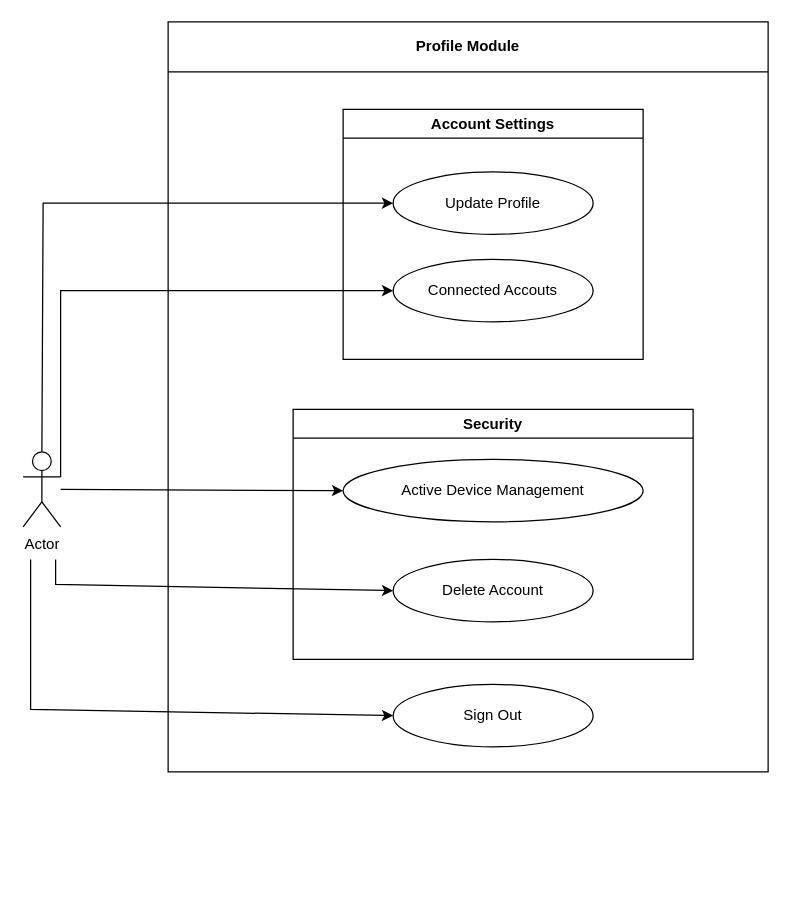
Harshul1484/BMP- keeps this draw.io diagram as Profile Module.drawio. Above is the earlier version. Source tidied: cells renumbered, new cells numbered last; positions are measured from the earlier drawing's top-left corner, leaving out a move shared by most shapes. Both pictures are drawn from the tidied source at 125%, with x=0, y=0 at pixel (22, 21).
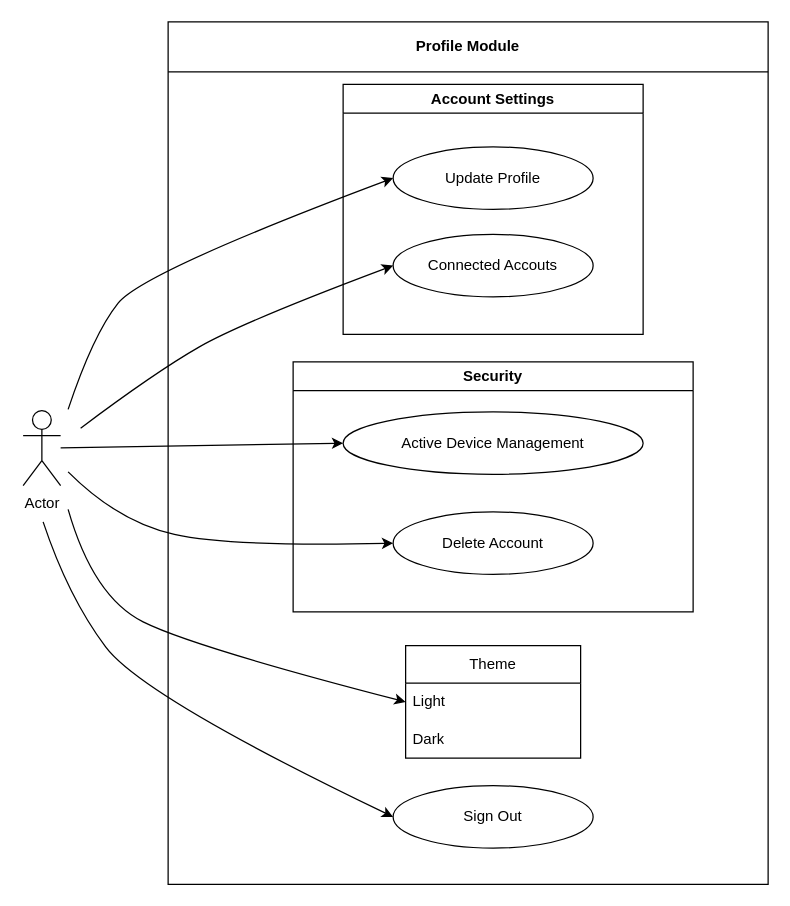
The same page after the edit.

Unchanged cells that the change refers to:
```xml
<mxCell id="4" value="Update Profile" style="ellipse;whiteSpace=wrap;html=1;" parent="3" vertex="1">
  <mxGeometry x="40" y="50" width="160" height="50" as="geometry" />
</mxCell>
<mxCell id="5" value="Connected Accouts" style="ellipse;whiteSpace=wrap;html=1;" parent="3" vertex="1">
  <mxGeometry x="40" y="120" width="160" height="50" as="geometry" />
</mxCell>
<mxCell id="8" value="Delete Account" style="ellipse;whiteSpace=wrap;html=1;" parent="6" vertex="1">
  <mxGeometry x="80" y="120" width="160" height="50" as="geometry" />
</mxCell>
```

Diff of the diagram source:
```diff
@@
     <mxCell id="2" value="Profile Module" style="swimlane;whiteSpace=wrap;html=1;startSize=40;" parent="1" vertex="1">
-      <mxGeometry x="116" width="480" height="600" as="geometry" />
+      <mxGeometry x="116" width="480" height="690" as="geometry" />
     </mxCell>
     <mxCell id="3" value="Account Settings" style="swimlane;whiteSpace=wrap;html=1;" parent="2" vertex="1">
-      <mxGeometry x="140" y="70" width="240" height="200" as="geometry" />
+      <mxGeometry x="140" y="50" width="240" height="200" as="geometry" />
     </mxCell>
@@
     <mxCell id="6" value="Security" style="swimlane;whiteSpace=wrap;html=1;" parent="2" vertex="1">
-      <mxGeometry x="100" y="310" width="320" height="200" as="geometry" />
+      <mxGeometry x="100" y="272" width="320" height="200" as="geometry" />
     </mxCell>
@@
     <mxCell id="9" value="Sign Out" style="ellipse;whiteSpace=wrap;html=1;" parent="2" vertex="1">
-      <mxGeometry x="180" y="530" width="160" height="50" as="geometry" />
+      <mxGeometry x="180" y="611" width="160" height="50" as="geometry" />
     </mxCell>
+    <mxCell id="16" value="Theme" style="swimlane;fontStyle=0;horizontal=1;startSize=30;whiteSpace=wrap;html=1;" parent="2" vertex="1">
+      <mxGeometry x="190" y="499" width="140" height="90" as="geometry" />
+    </mxCell>
+    <mxCell id="17" value="Light" style="text;strokeColor=none;fillColor=none;align=left;verticalAlign=middle;spacingLeft=4;spacingRight=4;overflow=hidden;points=[[0,0.5],[1,0.5]];portConstraint=eastwest;whiteSpace=wrap;html=1;" parent="16" vertex="1">
+      <mxGeometry y="30" width="140" height="30" as="geometry" />
+    </mxCell>
+    <mxCell id="18" value="Dark" style="text;strokeColor=none;fillColor=none;align=left;verticalAlign=middle;spacingLeft=4;spacingRight=4;overflow=hidden;whiteSpace=wrap;html=1;" parent="16" vertex="1">
+      <mxGeometry y="60" width="140" height="30" as="geometry" />
+    </mxCell>
+    <mxCell id="19" style="curved=1;endArrow=classic;html=1;rounded=0;entryX=0;entryY=0.5;entryDx=0;entryDy=0;" parent="2" edge="1" target="5">
+      <mxGeometry relative="1" as="geometry">
+        <mxPoint x="-70" y="325" as="sourcePoint" />
+        <Array as="points">
+          <mxPoint x="-10" y="280" />
+          <mxPoint x="60" y="240" />
+        </Array>
+      </mxGeometry>
+    </mxCell>
+    <mxCell id="20" style="curved=1;endArrow=classic;html=1;rounded=0;entryX=0;entryY=0.5;entryDx=0;entryDy=0;" parent="2" edge="1" target="8">
+      <mxGeometry relative="1" as="geometry">
+        <mxPoint x="-80" y="360" as="sourcePoint" />
+        <Array as="points">
+          <mxPoint x="-40" y="400" />
+          <mxPoint x="50" y="420" />
+        </Array>
+      </mxGeometry>
+    </mxCell>
+    <mxCell id="21" style="curved=1;endArrow=classic;html=1;rounded=0;entryX=0;entryY=0.5;entryDx=0;entryDy=0;" parent="2" edge="1" target="17">
+      <mxGeometry relative="1" as="geometry">
+        <mxPoint x="-80" y="390" as="sourcePoint" />
+        <Array as="points">
+          <mxPoint x="-60" y="460" />
+          <mxPoint x="20" y="500" />
+        </Array>
+      </mxGeometry>
+    </mxCell>
+    <mxCell id="22" style="curved=1;endArrow=classic;html=1;rounded=0;entryX=0;entryY=0.5;entryDx=0;entryDy=0;" parent="2" edge="1" target="9">
+      <mxGeometry relative="1" as="geometry">
+        <mxPoint x="-100" y="400" as="sourcePoint" />
+        <Array as="points">
+          <mxPoint x="-80" y="460" />
+          <mxPoint x="-20" y="540" />
+        </Array>
+      </mxGeometry>
+    </mxCell>
     <mxCell id="10" value="Actor" style="shape=umlActor;verticalLabelPosition=bottom;verticalAlign=top;html=1;outlineConnect=0;" parent="1" vertex="1">
-      <mxGeometry y="344" width="30" height="60" as="geometry" />
+      <mxGeometry y="311" width="30" height="60" as="geometry" />
     </mxCell>
-    <mxCell id="11" style="endArrow=classic;html=1;rounded=0;entryX=0;entryY=0.5;entryDx=0;entryDy=0;exitX=0.5;exitY=0;exitDx=0;exitDy=0;exitPerimeter=0;" parent="1" edge="1" source="10" target="4">
-      <mxGeometry relative="1" as="geometry">
-        <Array as="points">
-          <mxPoint x="16" y="145" />
-        </Array>
-      </mxGeometry>
-    </mxCell>
-    <mxCell id="12" style="endArrow=classic;html=1;rounded=0;exitX=1;exitY=0.3333333333333333;exitDx=0;exitDy=0;exitPerimeter=0;entryX=0;entryY=0.5;entryDx=0;entryDy=0;" parent="1" edge="1" source="10" target="5">
-      <mxGeometry relative="1" as="geometry">
-        <Array as="points">
-          <mxPoint x="30" y="215" />
-        </Array>
-      </mxGeometry>
-    </mxCell>
@@
-    <mxCell id="14" style="endArrow=classic;html=1;rounded=0;entryX=0;entryY=0.5;entryDx=0;entryDy=0;" parent="1" edge="1" target="8">
-      <mxGeometry relative="1" as="geometry">
-        <mxPoint x="26" y="430" as="sourcePoint" />
-        <Array as="points">
-          <mxPoint x="26" y="450" />
-        </Array>
-      </mxGeometry>
-    </mxCell>
-    <mxCell id="15" style="endArrow=classic;html=1;rounded=0;entryX=0;entryY=0.5;entryDx=0;entryDy=0;" parent="1" edge="1" target="9">
-      <mxGeometry relative="1" as="geometry">
-        <mxPoint x="6" y="430" as="sourcePoint" />
-        <Array as="points">
-          <mxPoint x="6" y="550" />
-        </Array>
-      </mxGeometry>
-    </mxCell>
+    <mxCell id="23" style="curved=1;endArrow=classic;html=1;rounded=0;entryX=0;entryY=0.5;entryDx=0;entryDy=0;" parent="1" edge="1" target="4">
+      <mxGeometry relative="1" as="geometry">
+        <mxPoint x="36" y="310" as="sourcePoint" />
+        <Array as="points">
+          <mxPoint x="56" y="250" />
+          <mxPoint x="96" y="200" />
+        </Array>
+      </mxGeometry>
+    </mxCell>
```
